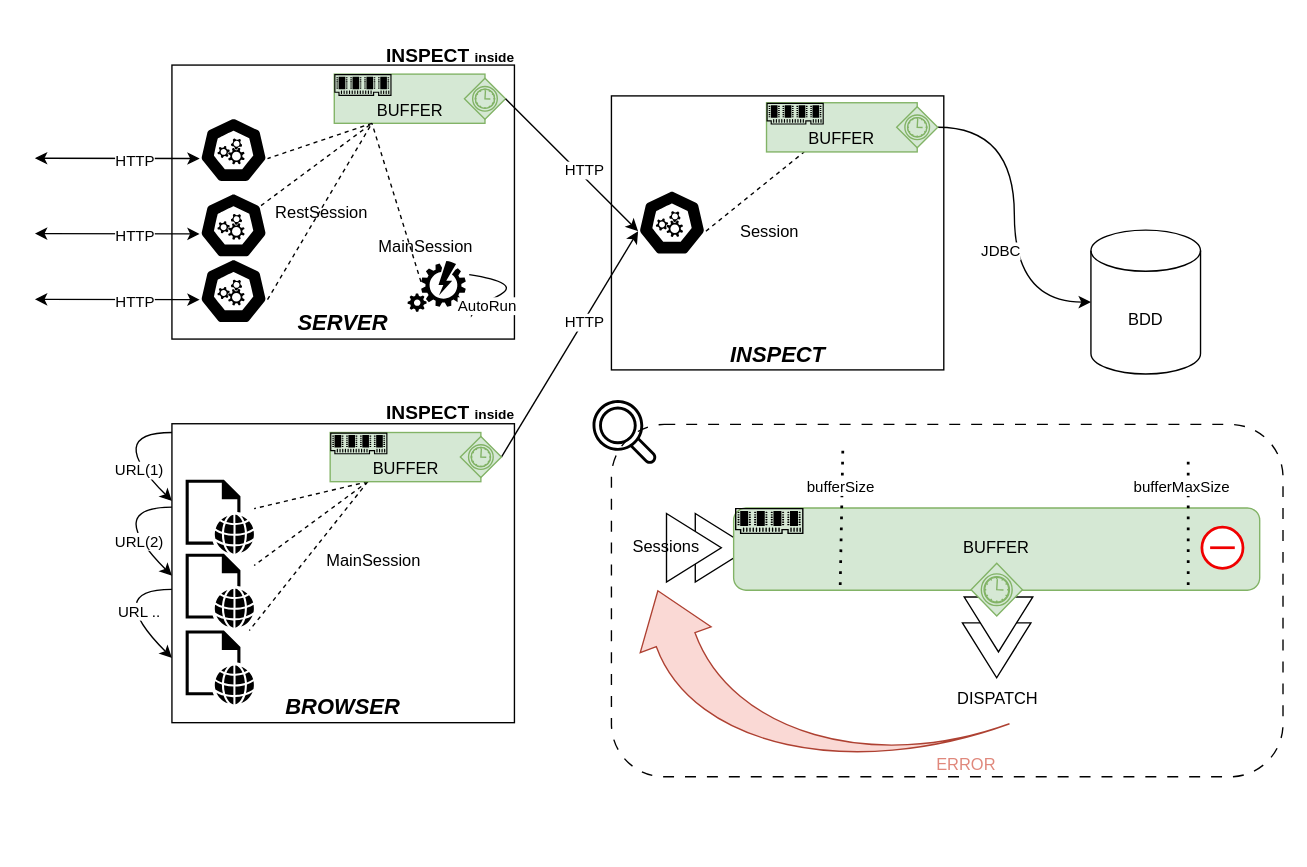
oneteme/inspect-core keeps this draw.io diagram as page "buffer" (4 of 5) of doc/diagram/Diagramme sans nom.drawio. Above is the earlier version. Source tidied: cells renumbered, new cells numbered last; positions are measured from the earlier drawing's top-left corner, leaving out a move shared by most shapes. Both pictures are drawn from the tidied source at 137%, with x=0, y=0 at pixel (34, 23).
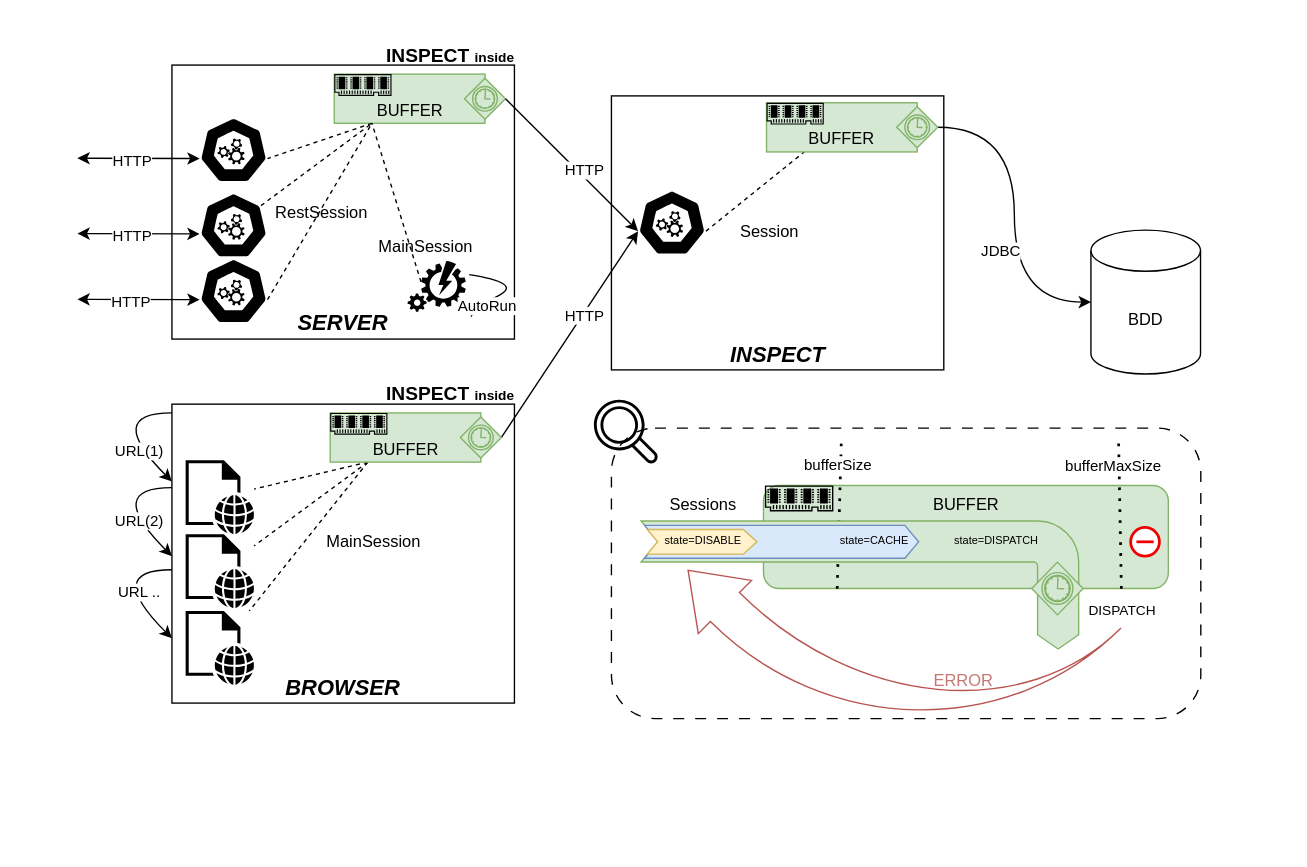
After the change.

The change refers to these unchanged cells:
```xml
<mxCell id="11" style="sketch=0;html=1;dashed=0;whitespace=wrap;verticalLabelPosition=bottom;verticalAlign=top;fillColor=#000000;strokeColor=#ffffff;points=[[0.005,0.63,0],[0.1,0.2,0],[0.9,0.2,0],[0.5,0,0],[0.995,0.63,0],[0.72,0.99,0],[0.5,1,0],[0.28,0.99,0]];shape=mxgraph.kubernetes.icon2;prIcon=api;" parent="1" vertex="1">
  <mxGeometry x="120" y="123" width="50" height="48" as="geometry" />
</mxCell>
<mxCell id="16" style="sketch=0;html=1;dashed=0;whitespace=wrap;verticalLabelPosition=bottom;verticalAlign=top;fillColor=#000000;strokeColor=#ffffff;points=[[0.005,0.63,0],[0.1,0.2,0],[0.9,0.2,0],[0.5,0,0],[0.995,0.63,0],[0.72,0.99,0],[0.5,1,0],[0.28,0.99,0]];shape=mxgraph.kubernetes.icon2;prIcon=api;" parent="1" vertex="1">
  <mxGeometry x="120" y="171" width="50" height="48" as="geometry" />
</mxCell>
<mxCell id="17" style="sketch=0;html=1;dashed=0;whitespace=wrap;verticalLabelPosition=bottom;verticalAlign=top;fillColor=#000000;strokeColor=#ffffff;points=[[0.005,0.63,0],[0.1,0.2,0],[0.9,0.2,0],[0.5,0,0],[0.995,0.63,0],[0.72,0.99,0],[0.5,1,0],[0.28,0.99,0]];shape=mxgraph.kubernetes.icon2;prIcon=api;" parent="1" vertex="1">
  <mxGeometry x="120" y="68" width="50" height="48" as="geometry" />
</mxCell>
```

Diff of the diagram source:
```diff
@@
+    <mxCell id="49" style="rounded=1;whiteSpace=wrap;html=1;dashed=1;dashPattern=8 8;" parent="1" vertex="1">
+      <mxGeometry x="420.8" y="295" width="430.2" height="212" as="geometry" />
+    </mxCell>
+    <mxCell id="52" value="BUFFER" style="rounded=1;whiteSpace=wrap;html=1;fillColor=#d5e8d4;strokeColor=#82b366;verticalAlign=top;" parent="1" vertex="1">
+      <mxGeometry x="531.8" y="336.9" width="295.5" height="75.2" as="geometry" />
+    </mxCell>
+    <mxCell id="75" style="endArrow=none;dashed=1;html=1;dashPattern=1 3;strokeWidth=2;rounded=0;strokeColor=#000000;exitX=0.182;exitY=1.002;exitDx=0;exitDy=0;exitPerimeter=0;" parent="1" edge="1" source="52">
+      <mxGeometry relative="1" as="geometry">
+        <mxPoint x="588.6" y="304.9" as="targetPoint" />
+      </mxGeometry>
+    </mxCell>
+    <mxCell id="55" value="bufferSize" style="edgeLabel;html=1;align=center;verticalAlign=middle;" parent="75" vertex="1">
+      <mxGeometry x="0.34" y="2" relative="1" as="geometry">
+        <mxPoint y="-19" as="offset" />
+      </mxGeometry>
+    </mxCell>
@@
+    <mxCell id="76" style="html=1;shadow=0;dashed=0;align=center;verticalAlign=middle;shape=mxgraph.arrows2.bendArrow;dy=15;dx=10.42;notch=12.4;arrowHead=30;rounded=1;rotation=90;fillColor=#d5e8d4;strokeColor=#82b366;" parent="1" vertex="1">
+      <mxGeometry x="555.4" y="249.8" width="93.5" height="319.4" as="geometry" />
+    </mxCell>
     <mxCell id="3" value="BROWSER" style="rounded=0;whiteSpace=wrap;html=1;verticalAlign=bottom;fontSize=16;fontStyle=3;" parent="1" vertex="1">
-      <mxGeometry x="100" y="291.8" width="250" height="218.2" as="geometry" />
+      <mxGeometry x="100" y="277.5" width="250" height="218.2" as="geometry" />
     </mxCell>
+    <mxCell id="77" style="html=1;verticalLabelPosition=bottom;align=center;labelBackgroundColor=#ffffff;verticalAlign=top;strokeWidth=2;strokeColor=#f00000;shadow=0;dashed=0;shape=mxgraph.ios7.icons.delete;" parent="1" vertex="1">
+      <mxGeometry x="799.8" y="367.5" width="21" height="21" as="geometry" />
+    </mxCell>
+    <mxCell id="78" style="shape=mxgraph.bpmn.gateway2;html=1;verticalLabelPosition=bottom;labelBackgroundColor=#ffffff;verticalAlign=top;align=center;perimeter=rhombusPerimeter;outline=catching;symbol=timer;fillColor=#d5e8d4;strokeColor=#82b366;" parent="1" vertex="1">
+      <mxGeometry x="727.6" y="392.8" width="37.5" height="38.5" as="geometry" />
+    </mxCell>
@@
+    <mxCell id="59" value="Sessions" style="text;html=1;align=center;verticalAlign=middle;whiteSpace=wrap;rounded=0;" parent="1" vertex="1">
+      <mxGeometry x="458.1" y="336" width="60" height="30" as="geometry" />
+    </mxCell>
+    <mxCell id="79" value="state=DISPATCH" style="text;html=1;align=center;verticalAlign=middle;whiteSpace=wrap;rounded=0;fontSize=8;" parent="1" vertex="1">
+      <mxGeometry x="663.9" y="361.8" width="75.6" height="30" as="geometry" />
+    </mxCell>
@@
+    <mxCell id="80" style="html=1;shadow=0;dashed=0;align=center;verticalAlign=middle;shape=mxgraph.arrows2.arrow;dy=0;dx=10;notch=10;fillColor=#dae8fc;strokeColor=#6c8ebf;" parent="1" vertex="1">
+      <mxGeometry x="445" y="366" width="200" height="24" as="geometry" />
+    </mxCell>
+    <mxCell id="81" style="endArrow=none;dashed=1;html=1;dashPattern=1 3;strokeWidth=2;rounded=0;strokeColor=default;exitX=0.884;exitY=1.002;exitDx=0;exitDy=0;exitPerimeter=0;" parent="1" edge="1" source="52">
+      <mxGeometry relative="1" as="geometry">
+        <mxPoint x="791" y="305" as="targetPoint" />
+      </mxGeometry>
+    </mxCell>
+    <mxCell id="57" value="bufferMaxSize" style="edgeLabel;html=1;align=center;verticalAlign=middle;" parent="81" vertex="1">
+      <mxGeometry x="0.49" y="5" relative="1" as="geometry">
+        <mxPoint y="-10" as="offset" />
+      </mxGeometry>
+    </mxCell>
@@
+    <mxCell id="82" value="state=CACHE" style="text;html=1;align=center;verticalAlign=middle;whiteSpace=wrap;rounded=0;fontSize=8;" parent="1" vertex="1">
+      <mxGeometry x="575" y="361.8" width="75.6" height="30" as="geometry" />
+    </mxCell>
+    <mxCell id="83" style="html=1;shadow=0;dashed=0;align=center;verticalAlign=middle;shape=mxgraph.arrows2.arrow;dy=0;dx=10;notch=7.51;fillColor=#fff2cc;strokeColor=#d6b656;" parent="1" vertex="1">
+      <mxGeometry x="447" y="369" width="80" height="18" as="geometry" />
+    </mxCell>
@@
+    <mxCell id="84" value="state=DISABLE" style="text;html=1;align=center;verticalAlign=middle;whiteSpace=wrap;rounded=0;fontSize=8;" parent="1" vertex="1">
+      <mxGeometry x="450.3" y="361.8" width="75.6" height="30" as="geometry" />
+    </mxCell>
     <mxCell id="8" style="endArrow=classic;startArrow=classic;html=1;rounded=0;entryX=0.005;entryY=0.63;entryDx=0;entryDy=0;entryPerimeter=0;" parent="1" edge="1" target="11">
       <mxGeometry relative="1" as="geometry">
-        <mxPoint y="153" as="sourcePoint" />
+        <mxPoint x="31" y="153" as="sourcePoint" />
       </mxGeometry>
     </mxCell>
     <mxCell id="9" value="HTTP" style="edgeLabel;html=1;align=center;verticalAlign=middle;" parent="8" vertex="1">
-      <mxGeometry x="0.22" y="-1" relative="1" as="geometry" />
+      <mxGeometry x="0.22" y="-1" relative="1" as="geometry">
+        <mxPoint x="-14" as="offset" />
+      </mxGeometry>
     </mxCell>
@@
     <mxCell id="18" style="endArrow=classic;startArrow=classic;html=1;rounded=0;entryX=0.005;entryY=0.63;entryDx=0;entryDy=0;entryPerimeter=0;" parent="1" edge="1" target="17">
       <mxGeometry relative="1" as="geometry">
-        <mxPoint y="98" as="sourcePoint" />
+        <mxPoint x="31" y="98" as="sourcePoint" />
       </mxGeometry>
     </mxCell>
     <mxCell id="19" value="HTTP" style="edgeLabel;html=1;align=center;verticalAlign=middle;" parent="18" vertex="1">
-      <mxGeometry x="0.22" y="-1" relative="1" as="geometry" />
+      <mxGeometry x="0.22" y="-1" relative="1" as="geometry">
+        <mxPoint x="-14" as="offset" />
+      </mxGeometry>
     </mxCell>
     <mxCell id="20" style="endArrow=classic;startArrow=classic;html=1;rounded=0;entryX=0.005;entryY=0.63;entryDx=0;entryDy=0;entryPerimeter=0;" parent="1" edge="1" target="16">
       <mxGeometry relative="1" as="geometry">
-        <mxPoint y="201" as="sourcePoint" />
+        <mxPoint x="31" y="201" as="sourcePoint" />
       </mxGeometry>
     </mxCell>
     <mxCell id="21" value="HTTP" style="edgeLabel;html=1;align=center;verticalAlign=middle;" parent="20" vertex="1">
-      <mxGeometry x="0.22" y="-1" relative="1" as="geometry" />
+      <mxGeometry x="0.22" y="-1" relative="1" as="geometry">
+        <mxPoint x="-15" as="offset" />
+      </mxGeometry>
     </mxCell>
@@
     <mxCell id="27" style="sketch=0;shadow=0;dashed=0;html=1;strokeColor=none;fillColor=#000000;labelPosition=center;verticalLabelPosition=bottom;verticalAlign=top;outlineConnect=0;align=center;shape=mxgraph.office.concepts.web_page;" parent="1" vertex="1">
-      <mxGeometry x="110" y="332.7" width="50" height="54" as="geometry" />
+      <mxGeometry x="110" y="318.4" width="50" height="54" as="geometry" />
     </mxCell>
     <mxCell id="28" style="sketch=0;shadow=0;dashed=0;html=1;strokeColor=none;fillColor=#000000;labelPosition=center;verticalLabelPosition=bottom;verticalAlign=top;outlineConnect=0;align=center;shape=mxgraph.office.concepts.web_page;" parent="1" vertex="1">
-      <mxGeometry x="110" y="386.7" width="50" height="54" as="geometry" />
+      <mxGeometry x="110" y="372.4" width="50" height="54" as="geometry" />
     </mxCell>
     <mxCell id="29" style="sketch=0;shadow=0;dashed=0;html=1;strokeColor=none;fillColor=#000000;labelPosition=center;verticalLabelPosition=bottom;verticalAlign=top;outlineConnect=0;align=center;shape=mxgraph.office.concepts.web_page;" parent="1" vertex="1">
-      <mxGeometry x="110" y="442.7" width="50" height="54" as="geometry" />
+      <mxGeometry x="110" y="428.4" width="50" height="54" as="geometry" />
     </mxCell>
     <mxCell id="30" style="curved=1;endArrow=none;html=1;rounded=0;endFill=0;startArrow=classic;startFill=1;" parent="1" edge="1">
       <mxGeometry relative="1" as="geometry">
-        <mxPoint x="100" y="402.7" as="sourcePoint" />
-        <mxPoint x="100" y="352.7" as="targetPoint" />
+        <mxPoint x="100" y="388.4" as="sourcePoint" />
+        <mxPoint x="100" y="338.4" as="targetPoint" />
         <Array as="points">
-          <mxPoint x="100" y="402.7" />
-          <mxPoint x="50" y="352.7" />
+          <mxPoint x="100" y="388.4" />
+          <mxPoint x="50" y="338.4" />
         </Array>
       </mxGeometry>
     </mxCell>
@@
     <mxCell id="32" style="curved=1;endArrow=none;html=1;rounded=0;endFill=0;startArrow=classic;startFill=1;" parent="1" edge="1">
       <mxGeometry relative="1" as="geometry">
-        <mxPoint x="100" y="462.7" as="sourcePoint" />
-        <mxPoint x="100" y="412.7" as="targetPoint" />
+        <mxPoint x="100" y="448.4" as="sourcePoint" />
+        <mxPoint x="100" y="398.4" as="targetPoint" />
         <Array as="points">
-          <mxPoint x="100" y="462.7" />
-          <mxPoint x="50" y="412.7" />
+          <mxPoint x="100" y="448.4" />
+          <mxPoint x="50" y="398.4" />
         </Array>
       </mxGeometry>
     </mxCell>
@@
     <mxCell id="40" value="MainSession" style="text;html=1;align=center;verticalAlign=middle;whiteSpace=wrap;rounded=0;" parent="1" vertex="1">
-      <mxGeometry x="200" y="376.8" width="95" height="30" as="geometry" />
+      <mxGeometry x="200" y="362.5" width="95" height="30" as="geometry" />
     </mxCell>
@@
     <mxCell id="42" style="curved=1;endArrow=none;html=1;rounded=0;endFill=0;startArrow=classic;startFill=1;" parent="1" edge="1">
       <mxGeometry relative="1" as="geometry">
-        <mxPoint x="100" y="348.2" as="sourcePoint" />
-        <mxPoint x="100" y="298.2" as="targetPoint" />
+        <mxPoint x="100" y="333.9" as="sourcePoint" />
+        <mxPoint x="100" y="283.9" as="targetPoint" />
         <Array as="points">
-          <mxPoint x="100" y="348.2" />
-          <mxPoint x="50" y="298.2" />
+          <mxPoint x="100" y="333.9" />
+          <mxPoint x="50" y="283.9" />
         </Array>
       </mxGeometry>
     </mxCell>
@@
-    <mxCell id="49" style="rounded=1;whiteSpace=wrap;html=1;dashed=1;dashPattern=8 8;" parent="1" vertex="1">
-      <mxGeometry x="420.8" y="292.3" width="490.2" height="257.2" as="geometry" />
-    </mxCell>
-    <mxCell id="50" style="triangle;whiteSpace=wrap;html=1;fillColor=#ffffff;strokeColor=#000000;fontColor=#333333;" parent="1" vertex="1">
-      <mxGeometry x="482" y="357.3" width="40" height="50" as="geometry" />
-    </mxCell>
-    <mxCell id="51" style="triangle;whiteSpace=wrap;html=1;fillColor=#ffffff;strokeColor=#000000;fontColor=#333333;" parent="1" vertex="1">
-      <mxGeometry x="461" y="357.3" width="40" height="50" as="geometry" />
-    </mxCell>
-    <mxCell id="52" value="BUFFER" style="rounded=1;whiteSpace=wrap;html=1;fillColor=#d5e8d4;strokeColor=#82b366;" parent="1" vertex="1">
-      <mxGeometry x="510" y="353.3" width="384" height="60" as="geometry" />
-    </mxCell>
-    <mxCell id="53" style="sketch=0;shadow=0;dashed=0;html=1;strokeColor=none;fillColor=#000000;labelPosition=center;verticalLabelPosition=bottom;verticalAlign=top;align=center;shape=mxgraph.vvd.memory;" parent="1" vertex="1">
-      <mxGeometry x="511" y="353.3" width="50" height="19" as="geometry" />
-    </mxCell>
-    <mxCell id="54" style="endArrow=none;dashed=1;html=1;dashPattern=1 3;strokeWidth=2;rounded=0;strokeColor=#000000;" parent="1" edge="1">
-      <mxGeometry relative="1" as="geometry">
-        <mxPoint x="587.8" y="409.5" as="sourcePoint" />
-        <mxPoint x="589.8" y="305.5" as="targetPoint" />
-      </mxGeometry>
-    </mxCell>
-    <mxCell id="55" value="bufferSize" style="edgeLabel;html=1;align=center;verticalAlign=middle;" parent="54" vertex="1">
-      <mxGeometry x="0.34" y="2" relative="1" as="geometry">
-        <mxPoint y="-2" as="offset" />
-      </mxGeometry>
-    </mxCell>
-    <mxCell id="56" style="endArrow=none;dashed=1;html=1;dashPattern=1 3;strokeWidth=2;rounded=0;strokeColor=default;" parent="1" edge="1">
-      <mxGeometry relative="1" as="geometry">
-        <mxPoint x="841.8" y="409.5" as="sourcePoint" />
-        <mxPoint x="841.8" y="315.5" as="targetPoint" />
-      </mxGeometry>
-    </mxCell>
-    <mxCell id="57" value="bufferMaxSize" style="edgeLabel;html=1;align=center;verticalAlign=middle;" parent="56" vertex="1">
-      <mxGeometry x="0.49" y="5" relative="1" as="geometry">
-        <mxPoint y="-2" as="offset" />
-      </mxGeometry>
-    </mxCell>
-    <mxCell id="58" style="html=1;verticalLabelPosition=bottom;align=center;labelBackgroundColor=#ffffff;verticalAlign=top;strokeWidth=2;strokeColor=#f00000;shadow=0;dashed=0;shape=mxgraph.ios7.icons.delete;" parent="1" vertex="1">
-      <mxGeometry x="851.8" y="367.3" width="30" height="30" as="geometry" />
-    </mxCell>
-    <mxCell id="59" value="Sessions" style="text;html=1;align=center;verticalAlign=middle;whiteSpace=wrap;rounded=0;" parent="1" vertex="1">
-      <mxGeometry x="431" y="367.3" width="60" height="30" as="geometry" />
-    </mxCell>
-    <mxCell id="60" value="DISPATCH" style="text;html=1;align=center;verticalAlign=middle;whiteSpace=wrap;rounded=0;" parent="1" vertex="1">
-      <mxGeometry x="661.2" y="482.2" width="84" height="21.9" as="geometry" />
+    <mxCell id="60" value="DISPATCH" style="text;html=1;align=center;verticalAlign=middle;whiteSpace=wrap;rounded=0;fontSize=10;" parent="1" vertex="1">
+      <mxGeometry x="752" y="417" width="84" height="21.9" as="geometry" />
     </mxCell>
     <mxCell id="61" style="sketch=0;fontColor=#232F3E;gradientColor=none;fillColor=#000000;strokeColor=none;dashed=0;verticalLabelPosition=bottom;verticalAlign=top;align=center;html=1;fontSize=12;fontStyle=0;shape=mxgraph.aws4.magnifying_glass_2;" parent="1" vertex="1">
-      <mxGeometry x="407" y="274.3" width="47" height="47" as="geometry" />
+      <mxGeometry x="408" y="274" width="47" height="47" as="geometry" />
     </mxCell>
-    <mxCell id="62" style="html=1;shadow=0;dashed=0;align=center;verticalAlign=middle;shape=mxgraph.arrows2.jumpInArrow;dy=15;dx=38;arrowHead=55;rotation=-110;fillColor=#fad9d5;strokeColor=#ae4132;" parent="1" vertex="1">
-      <mxGeometry x="480.6" y="349.2" width="179" height="235.5" as="geometry" />
-    </mxCell>
     <mxCell id="63" value="BUFFER" style="rounded=0;whiteSpace=wrap;html=1;fillColor=#d5e8d4;strokeColor=#82b366;verticalAlign=bottom;" parent="1" vertex="1">
-      <mxGeometry x="215.5" y="298.2" width="110" height="35.9" as="geometry" />
+      <mxGeometry x="215.5" y="283.9" width="110" height="35.9" as="geometry" />
     </mxCell>
     <mxCell id="64" style="points=[[0.25,0.25,0],[0.5,0,0],[0.75,0.25,0],[1,0.5,0],[0.75,0.75,0],[0.5,1,0],[0.25,0.75,0],[0,0.5,0]];shape=mxgraph.bpmn.gateway2;html=1;verticalLabelPosition=bottom;labelBackgroundColor=#ffffff;verticalAlign=top;align=center;perimeter=rhombusPerimeter;outlineConnect=0;outline=catching;symbol=timer;fillColor=#d5e8d4;strokeColor=#82b366;" parent="1" vertex="1">
-      <mxGeometry x="310.5" y="301.1" width="30" height="30" as="geometry" />
+      <mxGeometry x="310.5" y="286.8" width="30" height="30" as="geometry" />
     </mxCell>
     <mxCell id="65" style="sketch=0;shadow=0;dashed=0;html=1;strokeColor=none;fillColor=#000000;labelPosition=center;verticalLabelPosition=bottom;verticalAlign=top;align=center;shape=mxgraph.vvd.memory;" parent="1" vertex="1">
-      <mxGeometry x="215.5" y="298.2" width="41.8" height="15.9" as="geometry" />
+      <mxGeometry x="215.5" y="283.9" width="41.8" height="15.9" as="geometry" />
     </mxCell>
@@
-    <mxCell id="69" style="triangle;whiteSpace=wrap;html=1;fillColor=#ffffff;strokeColor=#000000;fontColor=#333333;rotation=90;" parent="1" vertex="1">
-      <mxGeometry x="682" y="432.2" width="40" height="50" as="geometry" />
-    </mxCell>
-    <mxCell id="70" style="triangle;whiteSpace=wrap;html=1;fillColor=#ffffff;strokeColor=#000000;fontColor=#333333;rotation=90;" parent="1" vertex="1">
-      <mxGeometry x="683.3" y="413.3" width="40" height="50" as="geometry" />
-    </mxCell>
-    <mxCell id="71" value="ERROR" style="text;html=1;align=center;verticalAlign=middle;whiteSpace=wrap;rounded=0;fontColor=#e0887c;" parent="1" vertex="1">
-      <mxGeometry x="650.2" y="525.8" width="60" height="30" as="geometry" />
-    </mxCell>
-    <mxCell id="72" style="shape=mxgraph.bpmn.gateway2;html=1;verticalLabelPosition=bottom;labelBackgroundColor=#ffffff;verticalAlign=top;align=center;perimeter=rhombusPerimeter;outline=catching;symbol=timer;fillColor=#d5e8d4;strokeColor=#82b366;" parent="1" vertex="1">
-      <mxGeometry x="683.3" y="393.7" width="37.5" height="38.5" as="geometry" />
-    </mxCell>
@@
     <mxCell id="74" value="&lt;font style=&quot;font-size: 14px;&quot;&gt;INSPECT &lt;/font&gt;&lt;font style=&quot;font-size: 10px;&quot;&gt;inside&lt;/font&gt;" style="text;strokeColor=none;fillColor=none;html=1;fontSize=24;fontStyle=1;verticalAlign=middle;align=center;fontColor=default;" parent="1" vertex="1">
-      <mxGeometry x="237.5" y="261.1" width="130" height="40" as="geometry" />
+      <mxGeometry x="237.5" y="246.8" width="130" height="40" as="geometry" />
     </mxCell>
+    <mxCell id="85" style="sketch=0;shadow=0;dashed=0;html=1;strokeColor=none;fillColor=#000000;labelPosition=center;verticalLabelPosition=bottom;verticalAlign=top;align=center;shape=mxgraph.vvd.memory;" parent="1" vertex="1">
+      <mxGeometry x="532.8" y="336.8" width="50" height="19" as="geometry" />
+    </mxCell>
+    <mxCell id="71" value="ERROR" style="text;html=1;align=center;verticalAlign=middle;whiteSpace=wrap;rounded=0;fontColor=#c57774;" parent="1" vertex="1">
+      <mxGeometry x="648" y="464.7" width="60" height="30" as="geometry" />
+    </mxCell>
+    <mxCell id="86" style="html=1;shadow=0;dashed=0;align=center;verticalAlign=middle;shape=mxgraph.arrows2.jumpInArrow;dy=15;dx=38;arrowHead=55;rotation=-135;fillColor=default;strokeColor=#b85450;" parent="1" vertex="1">
+      <mxGeometry x="498.4" y="319" width="253.3" height="221.1" as="geometry" />
+    </mxCell>
```
